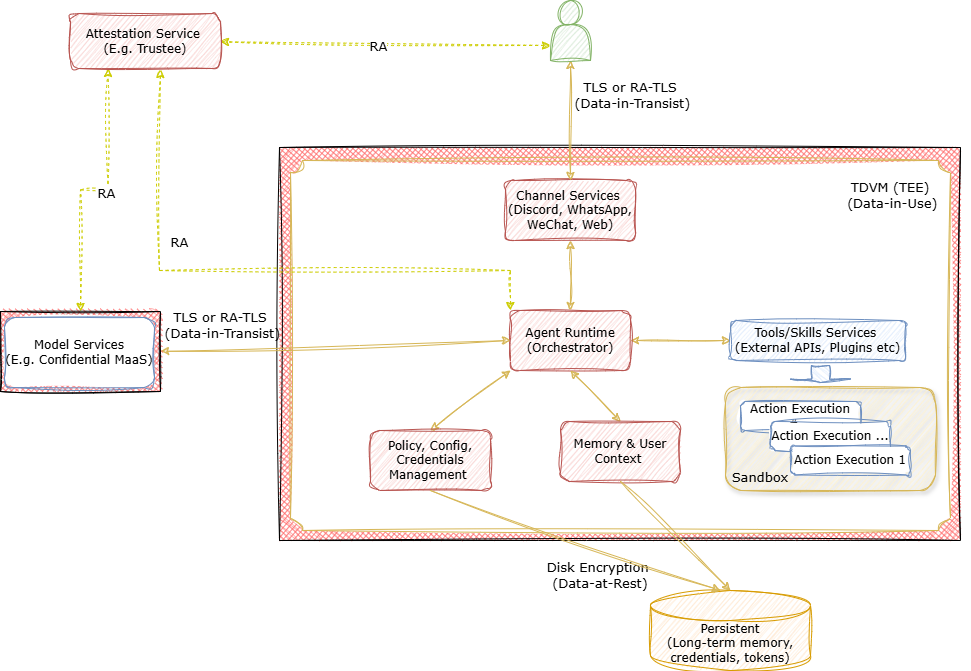
intel/confidential-computing-zoo keeps this draw.io diagram as cczoo/openclaw-cc/images/openclaw-cc.png. Above is the earlier version. Source tidied: cells renumbered, new cells last; positions are measured from the earlier drawing's top-left corner, leaving out a move shared by most shapes.
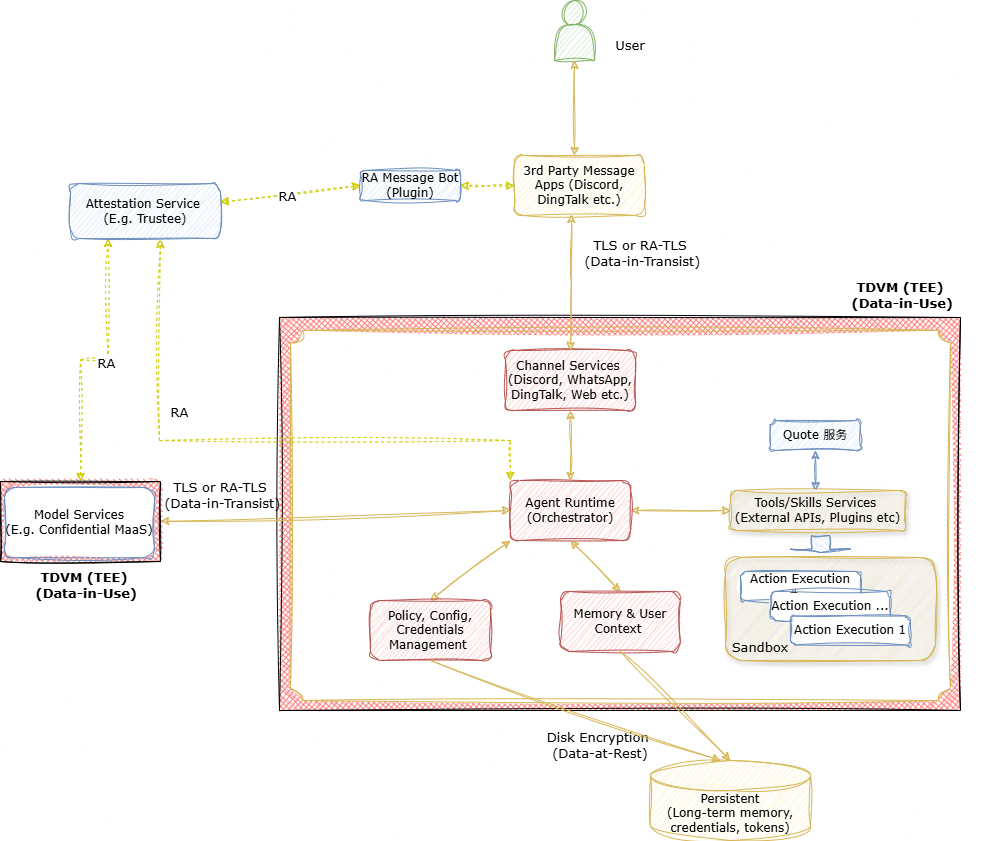
Later version of the same file.

Diff of the diagram source:
```diff
@@ -17,7 +17,7 @@
     <mxCell id="6" style="edgeStyle=orthogonalEdgeStyle;rounded=0;jettySize=auto;html=1;exitX=0.5;exitY=1;exitDx=0;exitDy=0;entryX=0.5;entryY=0;entryDx=0;entryDy=0;startArrow=classic;startFill=1;fillColor=#fff2cc;strokeColor=#d6b656;sketch=1;curveFitting=1;jiggle=2;" parent="1" edge="1" source="7" target="5">
       <mxGeometry relative="1" as="geometry" />
     </mxCell>
-    <mxCell id="7" value="Channel Services&amp;nbsp;&lt;div&gt;(Discord, WhatsApp, WeChat, Web)&lt;/div&gt;" style="rounded=1;whiteSpace=wrap;html=1;fillColor=#f8cecc;strokeColor=#b85450;sketch=1;curveFitting=1;jiggle=2;fontFamily=Verdana;" parent="1" vertex="1">
+    <mxCell id="7" value="Channel Services&amp;nbsp;&lt;div&gt;(Discord, WhatsApp, DingTalk, Web etc.)&lt;/div&gt;" style="rounded=1;whiteSpace=wrap;html=1;fillColor=#f8cecc;strokeColor=#b85450;sketch=1;curveFitting=1;jiggle=2;fontFamily=Verdana;" parent="1" vertex="1">
       <mxGeometry x="505" y="180" width="130" height="60" as="geometry" />
     </mxCell>
     <mxCell id="8" style="rounded=0;jettySize=auto;html=1;exitX=1;exitY=0.5;exitDx=0;exitDy=0;startArrow=classic;startFill=1;fillColor=#fff2cc;strokeColor=#d6b656;sketch=1;curveFitting=1;jiggle=2;" parent="1" edge="1" source="22">
@@ -31,7 +31,7 @@
     <mxCell id="10" value="Memory &amp;amp; User Context&amp;nbsp;" style="rounded=1;whiteSpace=wrap;html=1;fillColor=#f8cecc;strokeColor=#b85450;sketch=1;curveFitting=1;jiggle=2;fontFamily=Verdana;" parent="1" vertex="1">
       <mxGeometry x="560" y="421" width="120" height="60" as="geometry" />
     </mxCell>
-    <mxCell id="11" value="Tools/Skills Services&amp;nbsp;&lt;div&gt;(External APIs, Plugins etc)&lt;/div&gt;" style="rounded=1;whiteSpace=wrap;html=1;fillColor=#dae8fc;strokeColor=#6c8ebf;sketch=1;curveFitting=1;jiggle=2;fontFamily=Verdana;" parent="1" vertex="1">
+    <mxCell id="11" value="Tools/Skills Services&amp;nbsp;&lt;div&gt;(External APIs, Plugins etc)&lt;/div&gt;" style="rounded=1;whiteSpace=wrap;html=1;fillColor=#fff2cc;strokeColor=#d6b656;sketch=1;curveFitting=1;jiggle=2;fontFamily=Verdana;shadow=1;glass=0;align=center;verticalAlign=middle;fontSize=12;fontColor=default;" parent="1" vertex="1">
       <mxGeometry x="730" y="320" width="175" height="40" as="geometry" />
     </mxCell>
     <mxCell id="12" style="rounded=0;jettySize=auto;html=1;exitX=0.5;exitY=0;exitDx=0;exitDy=0;startArrow=classic;startFill=1;fillColor=#fff2cc;strokeColor=#d6b656;sketch=1;curveFitting=1;jiggle=2;" parent="1" edge="1" source="13">
@@ -42,19 +42,19 @@
     <mxCell id="13" value="Policy, Config, Credentials&lt;div&gt;Management&amp;nbsp;&lt;/div&gt;" style="rounded=1;whiteSpace=wrap;html=1;fillColor=#f8cecc;strokeColor=#b85450;sketch=1;curveFitting=1;jiggle=2;fontFamily=Verdana;" parent="1" vertex="1">
       <mxGeometry x="370" y="430" width="120" height="60" as="geometry" />
     </mxCell>
-    <mxCell id="14" style="edgeStyle=orthogonalEdgeStyle;rounded=0;jettySize=auto;html=1;exitX=0.5;exitY=1;exitDx=0;exitDy=0;entryX=0.5;entryY=0;entryDx=0;entryDy=0;startArrow=classic;startFill=1;fillColor=#fff2cc;strokeColor=#d6b656;sketch=1;curveFitting=1;jiggle=2;" parent="1" edge="1" source="17" target="7">
+    <mxCell id="14" style="edgeStyle=orthogonalEdgeStyle;rounded=0;jettySize=auto;html=1;entryX=0.5;entryY=0;entryDx=0;entryDy=0;startArrow=classic;startFill=1;fillColor=#fff2cc;strokeColor=#d6b656;sketch=1;curveFitting=1;jiggle=2;exitX=0.438;exitY=0.983;exitDx=0;exitDy=0;exitPerimeter=0;" parent="1" edge="1" source="40" target="7">
       <mxGeometry relative="1" as="geometry" />
     </mxCell>
-    <mxCell id="15" style="rounded=0;jettySize=auto;html=1;exitX=0;exitY=0.75;exitDx=0;exitDy=0;sketch=1;curveFitting=1;jiggle=2;strokeColor=#CCCC00;align=center;verticalAlign=middle;fontFamily=Helvetica;fontSize=11;fontColor=default;labelBackgroundColor=default;startArrow=classic;startFill=1;endArrow=classic;fillColor=#fff2cc;dashed=1;" parent="1" edge="1" source="17" target="24">
+    <mxCell id="15" style="rounded=0;jettySize=auto;html=1;sketch=1;curveFitting=1;jiggle=2;strokeColor=#CCCC00;align=center;verticalAlign=middle;fontFamily=Helvetica;fontSize=11;fontColor=default;labelBackgroundColor=default;startArrow=classic;startFill=1;endArrow=classic;fillColor=#fff2cc;dashed=1;exitX=0;exitY=0.5;exitDx=0;exitDy=0;" parent="1" edge="1" source="38" target="24">
       <mxGeometry relative="1" as="geometry" />
     </mxCell>
     <mxCell id="16" value="RA" style="edgeLabel;html=1;align=center;verticalAlign=middle;rounded=0;fontFamily=Verdana;fontSize=13;fontColor=default;fillColor=none;gradientColor=none;" parent="15" vertex="1">
       <mxGeometry x="0.04" y="2" relative="1" as="geometry" />
     </mxCell>
     <mxCell id="17" style="shape=actor;whiteSpace=wrap;html=1;fillColor=#d5e8d4;strokeColor=#82b366;sketch=1;curveFitting=1;jiggle=2;" parent="1" vertex="1">
-      <mxGeometry x="550" width="40" height="60" as="geometry" />
+      <mxGeometry x="554" y="-170" width="40" height="60" as="geometry" />
     </mxCell>
-    <mxCell id="18" value="Persistent&lt;div&gt;(Long-term memory, credentials, tokens)&lt;/div&gt;" style="shape=cylinder3;whiteSpace=wrap;html=1;boundedLbl=1;backgroundOutline=1;size=15;sketch=1;curveFitting=1;jiggle=2;fillColor=#ffe6cc;strokeColor=#d79b00;fontFamily=Verdana;" parent="1" vertex="1">
+    <mxCell id="18" value="Persistent&lt;div&gt;(Long-term memory, credentials, tokens)&lt;/div&gt;" style="shape=cylinder3;whiteSpace=wrap;html=1;boundedLbl=1;backgroundOutline=1;size=15;sketch=1;curveFitting=1;jiggle=2;fillColor=#fff2cc;strokeColor=#d6b656;fontFamily=Verdana;" parent="1" vertex="1">
       <mxGeometry x="650" y="590" width="160" height="80" as="geometry" />
     </mxCell>
     <mxCell id="19" style="rounded=0;jettySize=auto;html=1;exitX=0.5;exitY=1;exitDx=0;exitDy=0;entryX=0.5;entryY=0;entryDx=0;entryDy=0;entryPerimeter=0;sketch=1;curveFitting=1;jiggle=2;strokeColor=#d6b656;align=center;verticalAlign=middle;fontFamily=Helvetica;fontSize=11;fontColor=default;labelBackgroundColor=default;startArrow=none;startFill=0;endArrow=classic;fillColor=#fff2cc;" parent="1" edge="1" source="10" target="18">
@@ -74,11 +74,11 @@
     <mxCell id="23" value="&lt;div&gt;Model Services&lt;/div&gt;&lt;div&gt;(E.g. Confidential MaaS)&lt;/div&gt;" style="rounded=1;whiteSpace=wrap;html=1;fillColor=#FFFFFF;strokeColor=#6c8ebf;sketch=1;curveFitting=1;jiggle=2;fontFamily=Verdana;" parent="1" vertex="1">
       <mxGeometry x="4" y="317" width="150" height="70" as="geometry" />
     </mxCell>
-    <mxCell id="24" value="Attestation Service&amp;nbsp;&lt;div&gt;(E.g. Trustee)&lt;/div&gt;" style="rounded=1;whiteSpace=wrap;html=1;fillColor=#f8cecc;strokeColor=#b85450;sketch=1;curveFitting=1;jiggle=2;fontFamily=Verdana;" parent="1" vertex="1">
+    <mxCell id="24" value="Attestation Service&amp;nbsp;&lt;div&gt;(E.g. Trustee)&lt;/div&gt;" style="rounded=1;whiteSpace=wrap;html=1;fillColor=#dae8fc;strokeColor=#6c8ebf;sketch=1;curveFitting=1;jiggle=2;fontFamily=Verdana;" parent="1" vertex="1">
       <mxGeometry x="70" y="13" width="150" height="55" as="geometry" />
     </mxCell>
-    <mxCell id="25" value="TDVM (TEE)&lt;div&gt;&amp;nbsp;(Data-in-Use)&lt;/div&gt;" style="text;html=1;whiteSpace=wrap;strokeColor=none;fillColor=none;align=center;verticalAlign=middle;rounded=0;fontFamily=Verdana;fontSize=13;" parent="1" vertex="1">
-      <mxGeometry x="810" y="180" width="160" height="30" as="geometry" />
+    <mxCell id="25" value="TDVM (TEE)&lt;div&gt;&amp;nbsp;(Data-in-Use)&lt;/div&gt;" style="text;html=1;whiteSpace=wrap;strokeColor=none;fillColor=none;align=center;verticalAlign=middle;rounded=0;fontFamily=Verdana;fontSize=13;fontStyle=1;" parent="1" vertex="1">
+      <mxGeometry x="820" y="110" width="160" height="30" as="geometry" />
     </mxCell>
     <mxCell id="26" style="rounded=1;whiteSpace=wrap;html=1;fillColor=#fff2cc;sketch=1;curveFitting=1;jiggle=2;glass=0;shadow=1;strokeColor=#d6b656;" parent="1" vertex="1">
       <mxGeometry x="725" y="387" width="210" height="103" as="geometry" />
@@ -87,7 +87,7 @@
       <mxGeometry x="520" y="560" width="160" height="30" as="geometry" />
     </mxCell>
     <mxCell id="28" value="TLS or RA-TLS&lt;div&gt;&amp;nbsp;(Data-in-Transist)&lt;/div&gt;" style="text;html=1;whiteSpace=wrap;strokeColor=none;fillColor=none;align=center;verticalAlign=middle;rounded=0;fontFamily=Verdana;fontSize=13;" parent="1" vertex="1">
-      <mxGeometry x="550" y="80" width="160" height="30" as="geometry" />
+      <mxGeometry x="560" y="68" width="160" height="30" as="geometry" />
     </mxCell>
     <mxCell id="29" value="TLS or RA-TLS&lt;div&gt;&amp;nbsp;(Data-in-Transist)&lt;/div&gt;" style="text;html=1;whiteSpace=wrap;strokeColor=none;fillColor=none;align=center;verticalAlign=middle;rounded=0;fontFamily=Verdana;fontSize=13;" parent="1" vertex="1">
       <mxGeometry x="140" y="310" width="160" height="30" as="geometry" />
@@ -125,5 +125,33 @@
         </Array>
       </mxGeometry>
     </mxCell>
+    <mxCell id="38" value="RA Message Bot&lt;div&gt;(Plugin)&lt;/div&gt;" style="rounded=1;whiteSpace=wrap;html=1;fillColor=#dae8fc;strokeColor=#6c8ebf;sketch=1;curveFitting=1;jiggle=2;fontFamily=Verdana;" parent="1" vertex="1">
+      <mxGeometry x="360" width="100" height="30" as="geometry" />
+    </mxCell>
+    <mxCell id="39" style="edgeStyle=orthogonalEdgeStyle;rounded=0;jettySize=auto;html=1;exitX=0;exitY=0.5;exitDx=0;exitDy=0;entryX=1;entryY=0.5;entryDx=0;entryDy=0;dashed=1;sketch=1;jiggle=2;curveFitting=1;strokeColor=#CCCC00;align=center;verticalAlign=middle;fontFamily=Helvetica;fontSize=11;fontColor=default;labelBackgroundColor=default;startArrow=classic;startFill=1;endArrow=classic;fillColor=#fff2cc;" parent="1" edge="1" source="40" target="38">
+      <mxGeometry relative="1" as="geometry" />
+    </mxCell>
+    <mxCell id="40" value="3rd Party Message Apps&amp;nbsp;&lt;span style=&quot;background-color: transparent; color: light-dark(rgb(0, 0, 0), rgb(255, 255, 255));&quot;&gt;(Discord, DingTalk etc.)&lt;/span&gt;" style="rounded=1;whiteSpace=wrap;html=1;fillColor=#fff2cc;strokeColor=#d6b656;sketch=1;curveFitting=1;jiggle=2;fontFamily=Verdana;" parent="1" vertex="1">
+      <mxGeometry x="514" y="-15" width="130" height="60" as="geometry" />
+    </mxCell>
+    <mxCell id="41" style="edgeStyle=orthogonalEdgeStyle;rounded=0;jettySize=auto;html=1;entryX=0.5;entryY=0;entryDx=0;entryDy=0;startArrow=classic;startFill=1;fillColor=#fff2cc;strokeColor=#d6b656;sketch=1;curveFitting=1;jiggle=2;exitX=0.5;exitY=1;exitDx=0;exitDy=0;" parent="1" edge="1" source="17">
+      <mxGeometry relative="1" as="geometry">
+        <mxPoint x="574" y="-15" as="targetPoint" />
+      </mxGeometry>
+    </mxCell>
+    <mxCell id="42" value="TDVM (TEE)&lt;div&gt;&amp;nbsp;(Data-in-Use)&lt;/div&gt;" style="text;html=1;whiteSpace=wrap;strokeColor=none;fillColor=none;align=center;verticalAlign=middle;rounded=0;fontFamily=Verdana;fontSize=13;fontColor=default;fontStyle=1;" parent="1" vertex="1">
+      <mxGeometry x="4" y="400" width="160" height="30" as="geometry" />
+    </mxCell>
+    <mxCell id="43" value="User" style="text;html=1;whiteSpace=wrap;strokeColor=none;fillColor=none;align=center;verticalAlign=middle;rounded=0;fontFamily=Verdana;fontSize=13;" parent="1" vertex="1">
+      <mxGeometry x="550" y="-140" width="160" height="30" as="geometry" />
+    </mxCell>
+    <mxCell id="44" style="edgeStyle=orthogonalEdgeStyle;rounded=0;jettySize=auto;html=1;exitX=0.5;exitY=1;exitDx=0;exitDy=0;entryX=0.5;entryY=0;entryDx=0;entryDy=0;sketch=1;jiggle=2;curveFitting=1;strokeColor=#6c8ebf;align=center;verticalAlign=middle;fontFamily=Helvetica;fontSize=11;fontColor=default;labelBackgroundColor=default;startArrow=classic;startFill=1;endArrow=classic;fillColor=#dae8fc;" parent="1" edge="1" source="45">
+      <mxGeometry relative="1" as="geometry">
+        <mxPoint x="815" y="320" as="targetPoint" />
+      </mxGeometry>
+    </mxCell>
+    <mxCell id="45" value="Quote 服务" style="rounded=1;whiteSpace=wrap;html=1;fillColor=#dae8fc;strokeColor=#6c8ebf;sketch=1;curveFitting=1;jiggle=2;fontFamily=Verdana;" parent="1" vertex="1">
+      <mxGeometry x="770" y="250" width="90" height="30" as="geometry" />
+    </mxCell>
   </root>
 </mxGraphModel>
```
